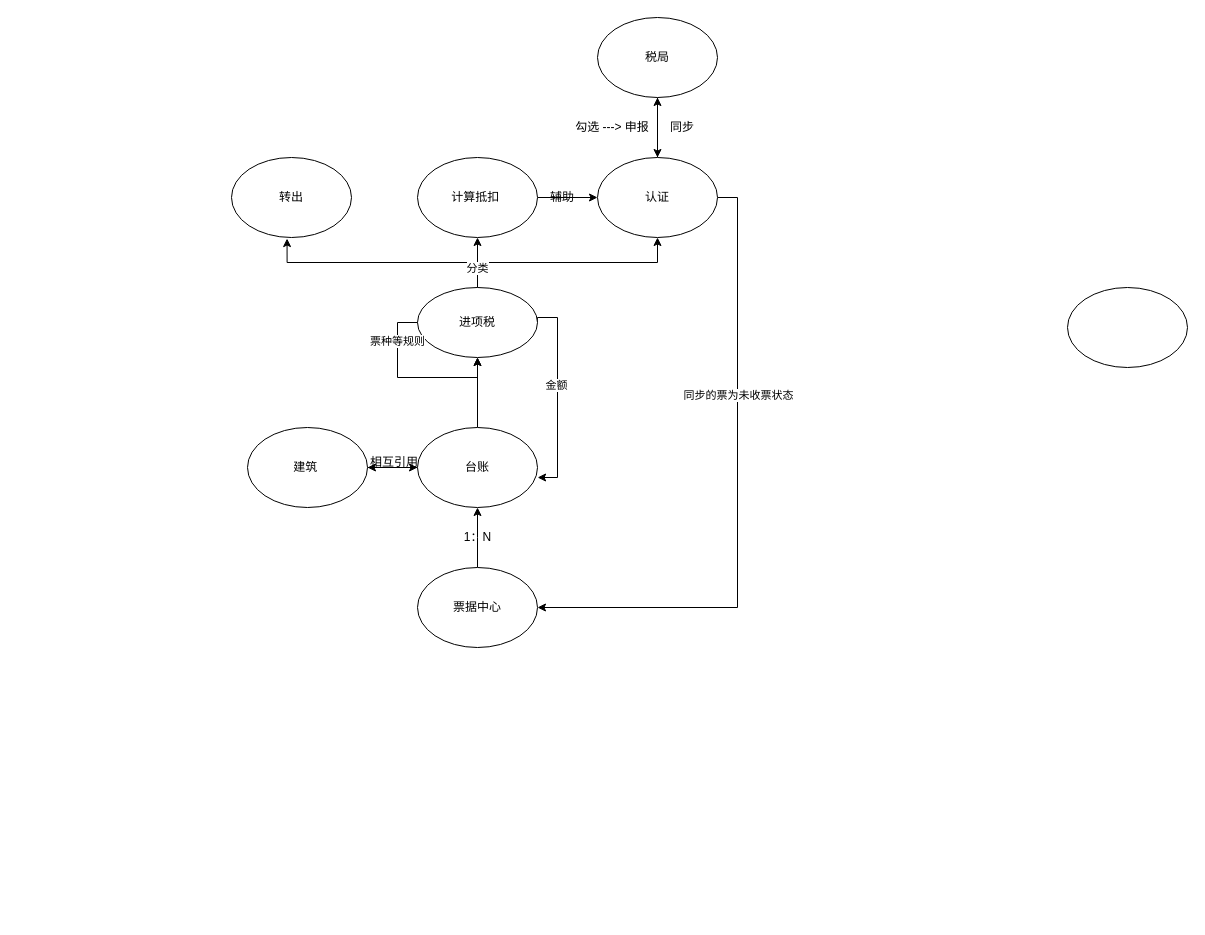
This is menus/input.drawio from Asamiyaa/microservice-k8s-yun, a draw.io file, before an edit. Source tidied: cells renumbered, new cells numbered last; positions are measured from the earlier drawing's top-left corner, leaving out a move shared by most shapes. Both pictures are drawn from the tidied source at 100%, with x=0, y=0 at pixel (231, 17).
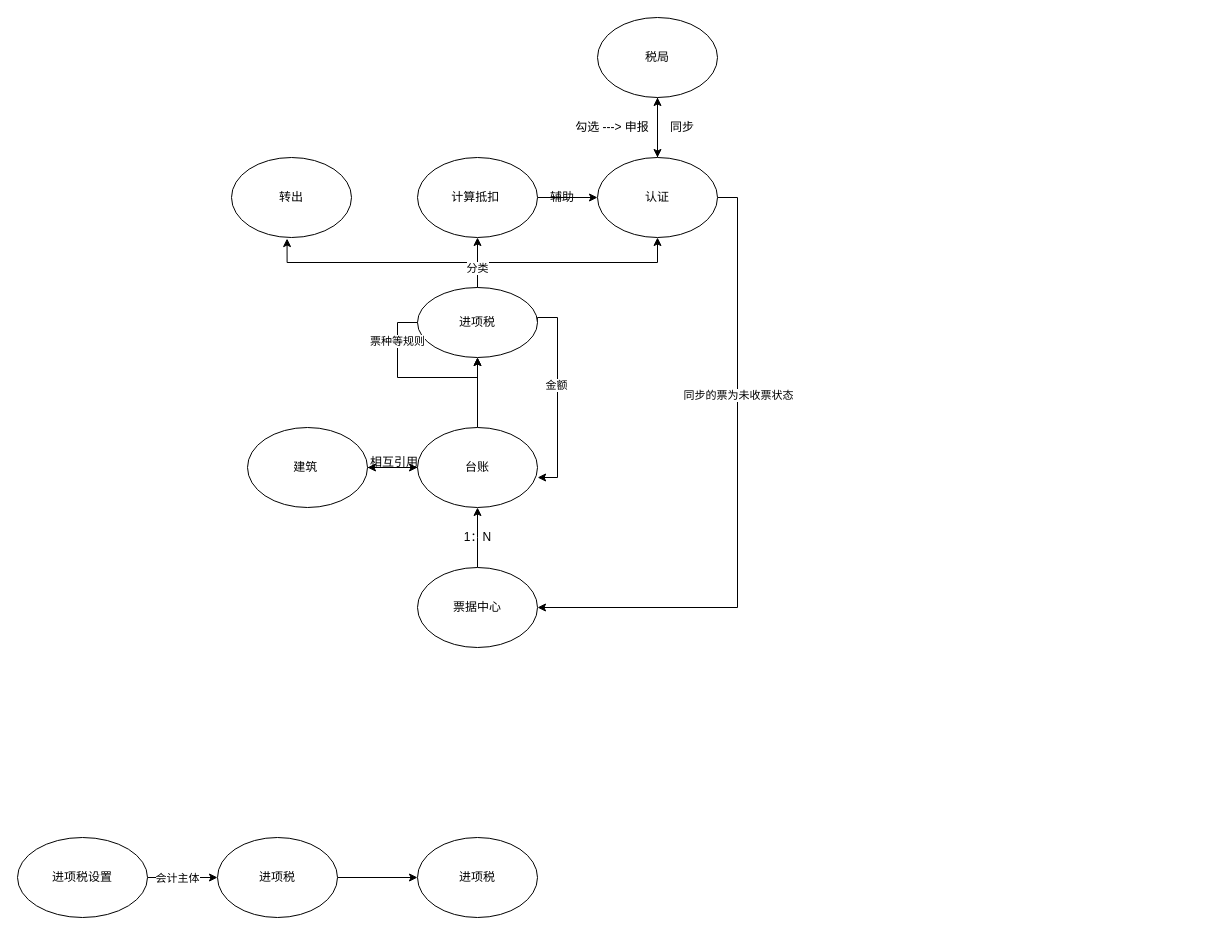
Above is the later version.

What changed in the source:
```diff
@@
+    <mxCell id="33" style="edgeStyle=orthogonalEdgeStyle;rounded=0;jettySize=auto;html=1;" parent="1" edge="1" source="10" target="34">
+      <mxGeometry relative="1" as="geometry" />
+    </mxCell>
-    <mxCell id="10" style="ellipse;whiteSpace=wrap;html=1;" parent="1" vertex="1">
-      <mxGeometry x="836" y="270" width="120" height="80" as="geometry" />
+    <mxCell id="10" value="&lt;span&gt;进项税&lt;/span&gt;" style="ellipse;whiteSpace=wrap;html=1;" parent="1" vertex="1">
+      <mxGeometry x="-14" y="820" width="120" height="80" as="geometry" />
     </mxCell>
@@
+    <mxCell id="34" value="&lt;span&gt;进项税&lt;/span&gt;" style="ellipse;whiteSpace=wrap;html=1;" parent="1" vertex="1">
+      <mxGeometry x="186" y="820" width="120" height="80" as="geometry" />
+    </mxCell>
+    <mxCell id="35" style="edgeStyle=orthogonalEdgeStyle;rounded=0;jettySize=auto;html=1;exitX=1;exitY=0.5;exitDx=0;exitDy=0;entryX=0;entryY=0.5;entryDx=0;entryDy=0;" parent="1" edge="1" source="37" target="10">
+      <mxGeometry relative="1" as="geometry" />
+    </mxCell>
+    <mxCell id="36" value="会计主体" style="edgeLabel;html=1;align=center;verticalAlign=middle;" parent="35" vertex="1">
+      <mxGeometry x="-0.18" relative="1" as="geometry" />
+    </mxCell>
+    <mxCell id="37" value="进项税设置" style="ellipse;whiteSpace=wrap;html=1;" parent="1" vertex="1">
+      <mxGeometry x="-214" y="820" width="130" height="80" as="geometry" />
+    </mxCell>
```
